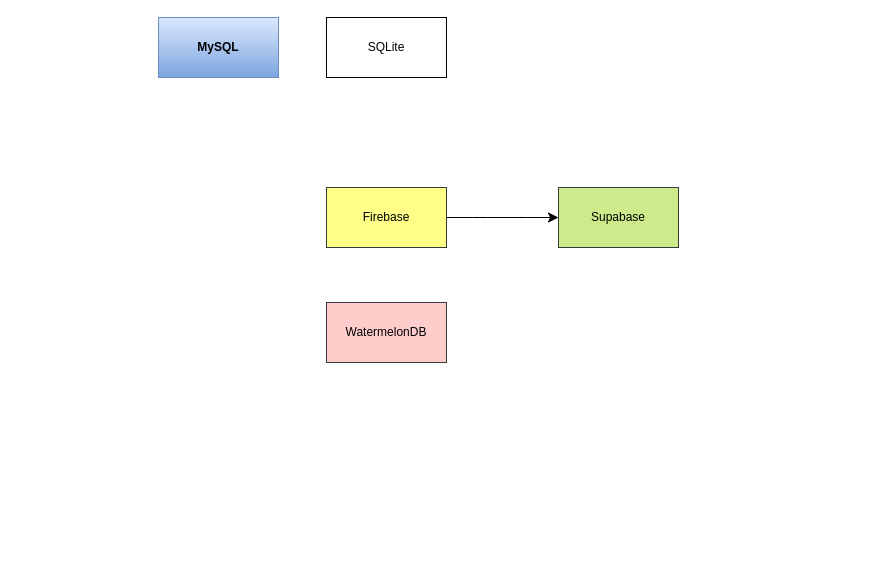
Before: page "Database" (3 of 5) of Link_Bookmarks.drawio in sunflynf/diagram-only, a draw.io diagram. Source tidied: cells renumbered, new cells numbered last; positions are measured from the earlier drawing's top-left corner, leaving out a move shared by most shapes. Both pictures are drawn from the tidied source at 100%, with x=0, y=0 at pixel (158, 17).
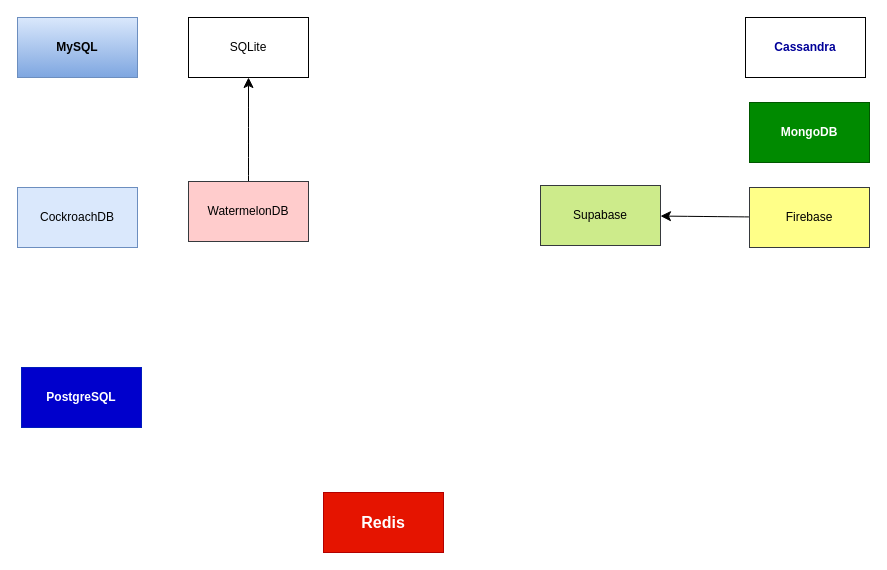
Above is the later version.

The edit, as a diff of the source:
```diff
@@
 <mxGraphModel>
   <root>
     <mxCell id="0" />
     <mxCell id="1" parent="0" />
     <mxCell id="2" value="MySQL" style="whiteSpace=wrap;html=1;fontStyle=1;fillColor=#dae8fc;gradientColor=#7ea6e0;strokeColor=#6c8ebf;" parent="1" vertex="1">
-      <mxGeometry width="120" height="60" as="geometry" />
+      <mxGeometry x="-141" width="120" height="60" as="geometry" />
     </mxCell>
     <mxCell id="3" style="edgeStyle=none;curved=1;rounded=0;jettySize=auto;html=1;fontSize=12;startSize=8;endSize=8;" parent="1" edge="1" source="4" target="5">
       <mxGeometry relative="1" as="geometry" />
     </mxCell>
     <mxCell id="4" value="Firebase" style="whiteSpace=wrap;html=1;fillColor=#ffff88;strokeColor=#36393d;" parent="1" vertex="1">
-      <mxGeometry x="168" y="170" width="120" height="60" as="geometry" />
+      <mxGeometry x="591" y="170" width="120" height="60" as="geometry" />
     </mxCell>
     <mxCell id="5" value="Supabase" style="whiteSpace=wrap;html=1;fillColor=#cdeb8b;strokeColor=#36393d;" parent="1" vertex="1">
-      <mxGeometry x="400" y="170" width="120" height="60" as="geometry" />
+      <mxGeometry x="382" y="168" width="120" height="60" as="geometry" />
     </mxCell>
+    <mxCell id="8" style="edgeStyle=none;curved=1;rounded=0;jettySize=auto;html=1;fontSize=12;startSize=8;endSize=8;" parent="1" edge="1" source="6" target="7">
+      <mxGeometry relative="1" as="geometry" />
+    </mxCell>
     <mxCell id="6" value="WatermelonDB" style="whiteSpace=wrap;html=1;fillColor=#ffcccc;strokeColor=#36393d;" parent="1" vertex="1">
-      <mxGeometry x="168" y="285" width="120" height="60" as="geometry" />
+      <mxGeometry x="30" y="164" width="120" height="60" as="geometry" />
     </mxCell>
     <mxCell id="7" value="SQLite" style="whiteSpace=wrap;html=1;" parent="1" vertex="1">
-      <mxGeometry x="168" width="120" height="60" as="geometry" />
+      <mxGeometry x="30" width="120" height="60" as="geometry" />
     </mxCell>
+    <mxCell id="9" value="CockroachDB" style="whiteSpace=wrap;html=1;fillColor=#dae8fc;strokeColor=#6c8ebf;" parent="1" vertex="1">
+      <mxGeometry x="-141" y="170" width="120" height="60" as="geometry" />
+    </mxCell>
+    <mxCell id="10" value="&lt;div&gt;Cassandra&lt;/div&gt;" style="whiteSpace=wrap;html=1;fontStyle=1;fontColor=#000099;" parent="1" vertex="1">
+      <mxGeometry x="587" width="120" height="60" as="geometry" />
+    </mxCell>
+    <mxCell id="11" value="Redis" style="whiteSpace=wrap;html=1;fillColor=#e51400;fontColor=#ffffff;strokeColor=#B20000;fontStyle=1;fontSize=16;" parent="1" vertex="1">
+      <mxGeometry x="165" y="475" width="120" height="60" as="geometry" />
+    </mxCell>
+    <mxCell id="12" value="PostgreSQL" style="whiteSpace=wrap;html=1;fillColor=#0000CC;fontColor=#ffffff;strokeColor=#001DBC;fontStyle=1;" parent="1" vertex="1">
+      <mxGeometry x="-137" y="350" width="120" height="60" as="geometry" />
+    </mxCell>
+    <mxCell id="13" value="MongoDB" style="whiteSpace=wrap;html=1;fillColor=#008a00;fontColor=#ffffff;strokeColor=#005700;fontStyle=1;" parent="1" vertex="1">
+      <mxGeometry x="591" y="85" width="120" height="60" as="geometry" />
+    </mxCell>
   </root>
 </mxGraphModel>
```
